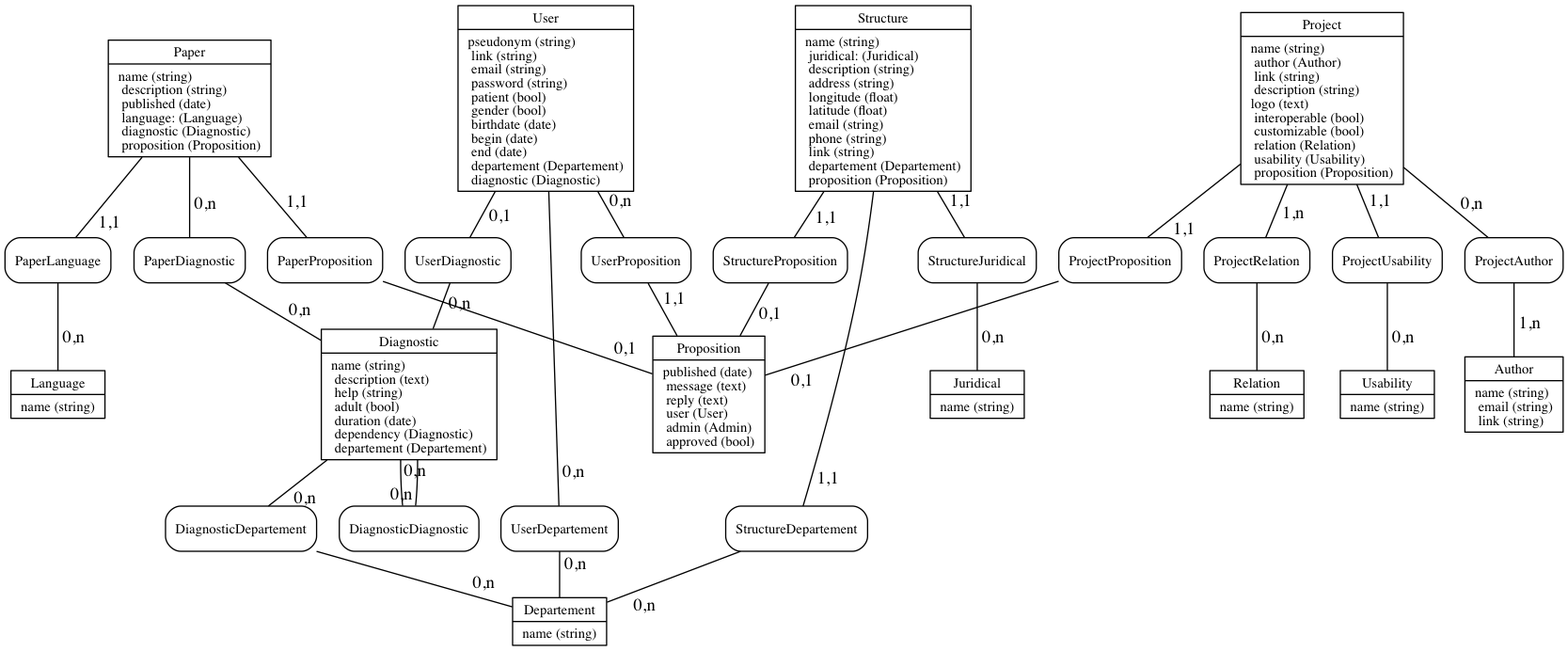
adjivas/site-ref keeps this Graphviz diagram as mcd.png. Above is the earlier version. Its source is kept beside it as mcd.dot.
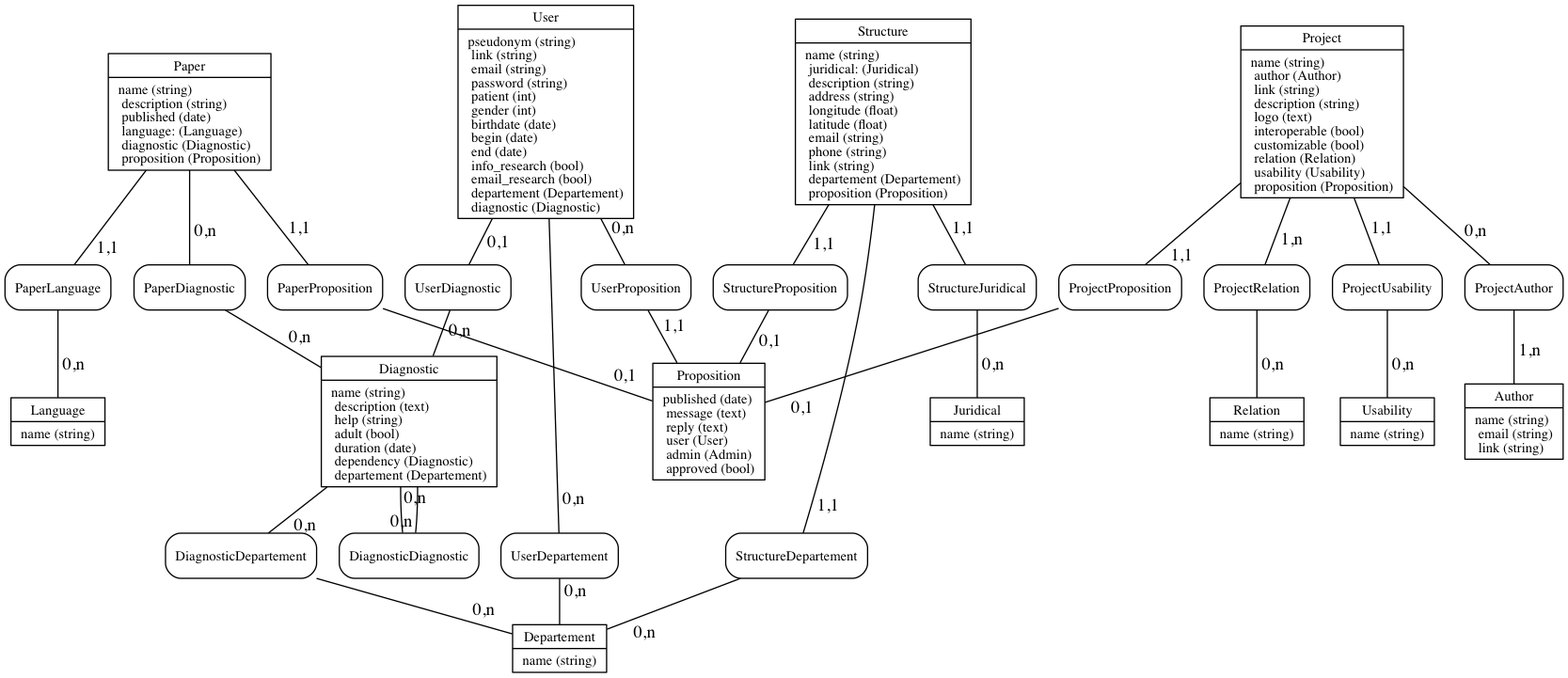
After the change.

Commit message:
add info_research and email_research to User's MCD

Change to the diagram source:
```diff
@@ -46,76 +46,78 @@
 
  nodeTableProject [label = "{
   Project
-    |
-    name (string)\l
-    author (Author)\l
-    link (string)\l
-    description (string)\l
-	logo (text)\l
-    interoperable (bool)\l
-    customizable (bool)\l
-    relation (Relation)\l
-    usability (Usability)\l
-    proposition (Proposition)\l
+   |
+   name (string)\l
+   author (Author)\l
+   link (string)\l
+   description (string)\l
+   logo (text)\l
+   interoperable (bool)\l
+   customizable (bool)\l
+   relation (Relation)\l
+   usability (Usability)\l
+   proposition (Proposition)\l
  }", shape=record];
 
  nodeTableAuthor [label = "{
   Author
    |
-    name (string)\l
-    email (string)\l
-    link (string)\l
+   name (string)\l
+   email (string)\l
+   link (string)\l
  }", shape=record];
 
  nodeTableRelation [label = "{
   Relation
    |
-    name (string)\l
+   name (string)\l
  }", shape=record];
 
  nodeTableUsability [label = "{
   Usability
    |
-    name (string)\l
+   name (string)\l
  }", shape=record];
 
  nodeTableProposition [label = "{
   Proposition
    |
-    published (date)\l
-    message (text)\l
-    reply (text)\l
-    user (User)\l
-    admin (Admin)\l
-    approved (bool)\l
+   published (date)\l
+   message (text)\l
+   reply (text)\l
+   user (User)\l
+   admin (Admin)\l
+   approved (bool)\l
  }", shape=record];
 
  nodeTableDiagnostic [label = "{
   Diagnostic
    |
-    name (string)\l
-    description (text)\l
-    help (string)\l
-    adult (bool)\l
-                                duration (date)\l
-    dependency (Diagnostic)\l
-    departement (Departement)\l
+   name (string)\l
+   description (text)\l
+   help (string)\l
+   adult (bool)\l
+   duration (date)\l
+   dependency (Diagnostic)\l
+   departement (Departement)\l
  }", shape=record];
 
  nodeTableUser [label = "{
   User
    |
-    pseudonym (string)\l
-    link (string)\l
-    email (string)\l
-    password (string)\l
-    patient (bool)\l
-    gender (bool)\l
-    birthdate (date)\l
-    begin (date)\l
-    end (date)\l
-    departement (Departement)\l
-    diagnostic (Diagnostic)\l
+   pseudonym (string)\l
+   link (string)\l
+   email (string)\l
+   password (string)\l
+   patient (int)\l
+   gender (int)\l
+   birthdate (date)\l
+   begin (date)\l
+   end (date)\l
+   info_research (bool)\l
+   email_research (bool)\l
+   departement (Departement)\l
+   diagnostic (Diagnostic)\l
  }", shape=record];
 
  nodeTableLanguage [label = "{
```
